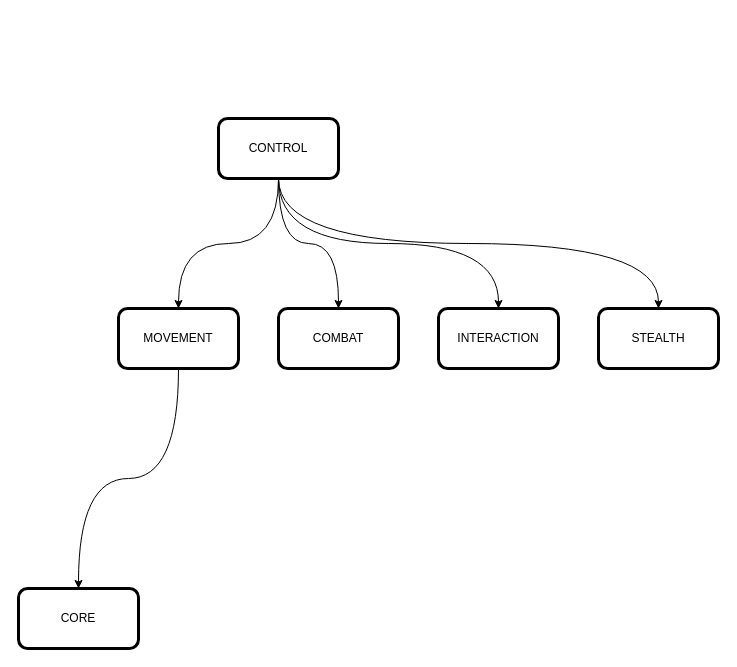
Before: _Docs/Architecture.drawio in rafaelmmedeiros/Mount-Mortem-Mystery, a draw.io diagram. Source tidied: cells renumbered, new cells numbered last; positions are measured from the earlier drawing's top-left corner, leaving out a move shared by most shapes. Both pictures are drawn from the tidied source at 100%, with x=0, y=0 at pixel (18, 118).
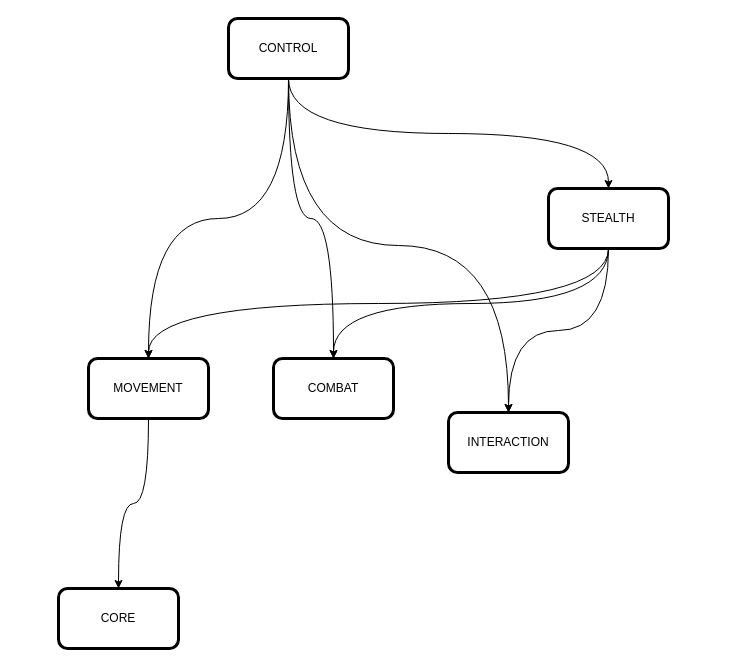
The same page after the edit.

Diff of the diagram source:
```diff
@@
 <mxGraphModel>
   <root>
     <mxCell id="0" />
     <mxCell id="1" parent="0" />
     <mxCell id="2" value="CORE" style="rounded=1;whiteSpace=wrap;html=1;strokeWidth=3;" parent="1" vertex="1">
-      <mxGeometry y="470" width="120" height="60" as="geometry" />
+      <mxGeometry x="40" y="470" width="120" height="60" as="geometry" />
     </mxCell>
     <mxCell id="3" style="edgeStyle=orthogonalEdgeStyle;rounded=0;jettySize=auto;html=1;exitX=0.5;exitY=1;exitDx=0;exitDy=0;entryX=0.5;entryY=0;entryDx=0;entryDy=0;strokeWidth=1;elbow=vertical;curved=1;" parent="1" edge="1" source="7" target="9">
       <mxGeometry relative="1" as="geometry" />
     </mxCell>
     <mxCell id="4" style="edgeStyle=orthogonalEdgeStyle;curved=1;rounded=1;sketch=0;jettySize=auto;html=1;exitX=0.5;exitY=1;exitDx=0;exitDy=0;" parent="1" edge="1" source="7" target="10">
       <mxGeometry relative="1" as="geometry" />
     </mxCell>
     <mxCell id="5" style="edgeStyle=orthogonalEdgeStyle;curved=1;rounded=1;sketch=0;jettySize=auto;html=1;exitX=0.5;exitY=1;exitDx=0;exitDy=0;" parent="1" edge="1" source="7" target="11">
       <mxGeometry relative="1" as="geometry" />
     </mxCell>
     <mxCell id="6" style="edgeStyle=orthogonalEdgeStyle;curved=1;rounded=1;sketch=0;jettySize=auto;html=1;exitX=0.5;exitY=1;exitDx=0;exitDy=0;entryX=0.5;entryY=0;entryDx=0;entryDy=0;strokeWidth=1;" parent="1" edge="1" source="7" target="12">
       <mxGeometry relative="1" as="geometry" />
     </mxCell>
     <mxCell id="7" value="CONTROL" style="rounded=1;whiteSpace=wrap;html=1;strokeWidth=3;" parent="1" vertex="1">
-      <mxGeometry x="200" width="120" height="60" as="geometry" />
+      <mxGeometry x="210" y="-100" width="120" height="60" as="geometry" />
     </mxCell>
     <mxCell id="8" style="edgeStyle=orthogonalEdgeStyle;rounded=0;jettySize=auto;html=1;exitX=0.5;exitY=1;exitDx=0;exitDy=0;entryX=0.5;entryY=0;entryDx=0;entryDy=0;strokeWidth=1;curved=1;" parent="1" edge="1" source="9" target="2">
       <mxGeometry relative="1" as="geometry" />
     </mxCell>
     <mxCell id="9" value="MOVEMENT" style="rounded=1;whiteSpace=wrap;html=1;strokeWidth=3;" parent="1" vertex="1">
-      <mxGeometry x="100" y="190" width="120" height="60" as="geometry" />
+      <mxGeometry x="70" y="240" width="120" height="60" as="geometry" />
     </mxCell>
     <mxCell id="10" value="COMBAT" style="rounded=1;whiteSpace=wrap;html=1;strokeWidth=3;" parent="1" vertex="1">
-      <mxGeometry x="260" y="190" width="120" height="60" as="geometry" />
+      <mxGeometry x="255" y="240" width="120" height="60" as="geometry" />
     </mxCell>
     <mxCell id="11" value="INTERACTION" style="rounded=1;whiteSpace=wrap;html=1;strokeWidth=3;" parent="1" vertex="1">
-      <mxGeometry x="420" y="190" width="120" height="60" as="geometry" />
+      <mxGeometry x="430" y="294" width="120" height="60" as="geometry" />
     </mxCell>
+    <mxCell id="13" style="edgeStyle=orthogonalEdgeStyle;curved=1;rounded=1;sketch=0;jettySize=auto;html=1;exitX=0.5;exitY=1;exitDx=0;exitDy=0;entryX=0.5;entryY=0;entryDx=0;entryDy=0;strokeWidth=1;" parent="1" edge="1" source="12" target="10">
+      <mxGeometry relative="1" as="geometry" />
+    </mxCell>
+    <mxCell id="14" style="edgeStyle=orthogonalEdgeStyle;curved=1;rounded=1;sketch=0;jettySize=auto;html=1;exitX=0.5;exitY=1;exitDx=0;exitDy=0;entryX=0.5;entryY=0;entryDx=0;entryDy=0;strokeWidth=1;" parent="1" edge="1" source="12" target="9">
+      <mxGeometry relative="1" as="geometry" />
+    </mxCell>
+    <mxCell id="15" style="edgeStyle=orthogonalEdgeStyle;curved=1;rounded=1;sketch=0;jettySize=auto;html=1;exitX=0.5;exitY=1;exitDx=0;exitDy=0;entryX=0.5;entryY=0;entryDx=0;entryDy=0;" parent="1" edge="1" source="12" target="11">
+      <mxGeometry relative="1" as="geometry" />
+    </mxCell>
     <mxCell id="12" value="STEALTH" style="rounded=1;whiteSpace=wrap;html=1;strokeWidth=3;" parent="1" vertex="1">
-      <mxGeometry x="580" y="190" width="120" height="60" as="geometry" />
+      <mxGeometry x="530" y="70" width="120" height="60" as="geometry" />
     </mxCell>
   </root>
 </mxGraphModel>
```
